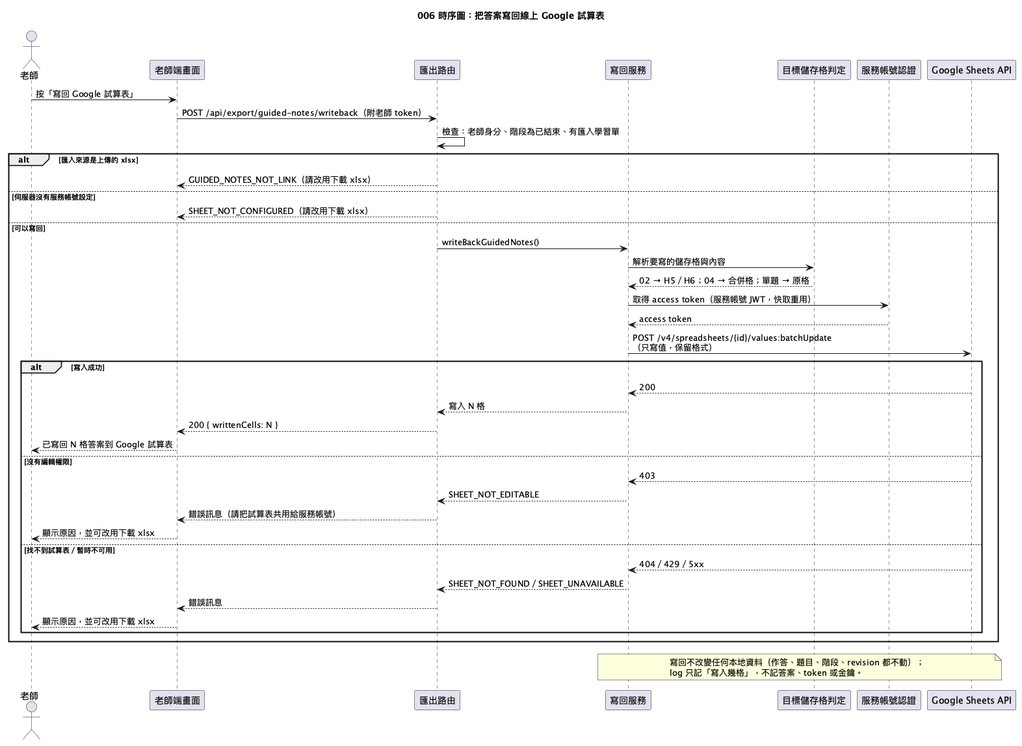
Danielweng0902/Answering-System_speckit keeps this PlantUML diagram as diagrams/006-guided-notes-writeback-seq-writeback.png. Above is the earlier version. Source of this version:
```plantuml
@startuml
!pragma layout smetana
title 006 時序圖：把答案寫回線上 Google 試算表

actor 老師
participant "老師端畫面" as T
participant "匯出路由" as R
participant "寫回服務" as S
participant "目標儲存格判定" as G
participant "服務帳號認證" as A
participant "Google Sheets API" as P

老師 -> T : 按「寫回 Google 試算表」
T -> R : POST /api/export/guided-notes/writeback（附老師 token）
R -> R : 檢查：老師身分、階段為已結束、有匯入學習單
alt 匯入來源是上傳的 xlsx
  R --> T : GUIDED_NOTES_NOT_LINK（請改用下載 xlsx）
else 伺服器沒有服務帳號設定
  R --> T : SHEET_NOT_CONFIGURED（請改用下載 xlsx）
else 可以寫回
  R -> S : writeBackGuidedNotes()
  S -> G : 解析要寫的儲存格與內容
  G --> S : 02 → H5／H6；04 → 合併格；單題 → 原格
  S -> A : 取得 access token（服務帳號 JWT，快取重用）
  A --> S : access token
  S -> P : POST /v4/spreadsheets/{id}/values:batchUpdate\n（只寫值，保留格式）
  alt 寫入成功
    P --> S : 200
    S --> R : 寫入 N 格
    R --> T : 200 { writtenCells: N }
    T --> 老師 : 已寫回 N 格答案到 Google 試算表
  else 沒有編輯權限
    P --> S : 403
    S --> R : SHEET_NOT_EDITABLE
    R --> T : 錯誤訊息（請把試算表共用給服務帳號）
    T --> 老師 : 顯示原因，並可改用下載 xlsx
  else 找不到試算表／暫時不可用
    P --> S : 404／429／5xx
    S --> R : SHEET_NOT_FOUND／SHEET_UNAVAILABLE
    R --> T : 錯誤訊息
    T --> 老師 : 顯示原因，並可改用下載 xlsx
  end
end

note over S, P : 寫回不改變任何本地資料（作答、題目、階段、revision 都不動）；\nlog 只記「寫入幾格」，不記答案、token 或金鑰。
@enduml
```
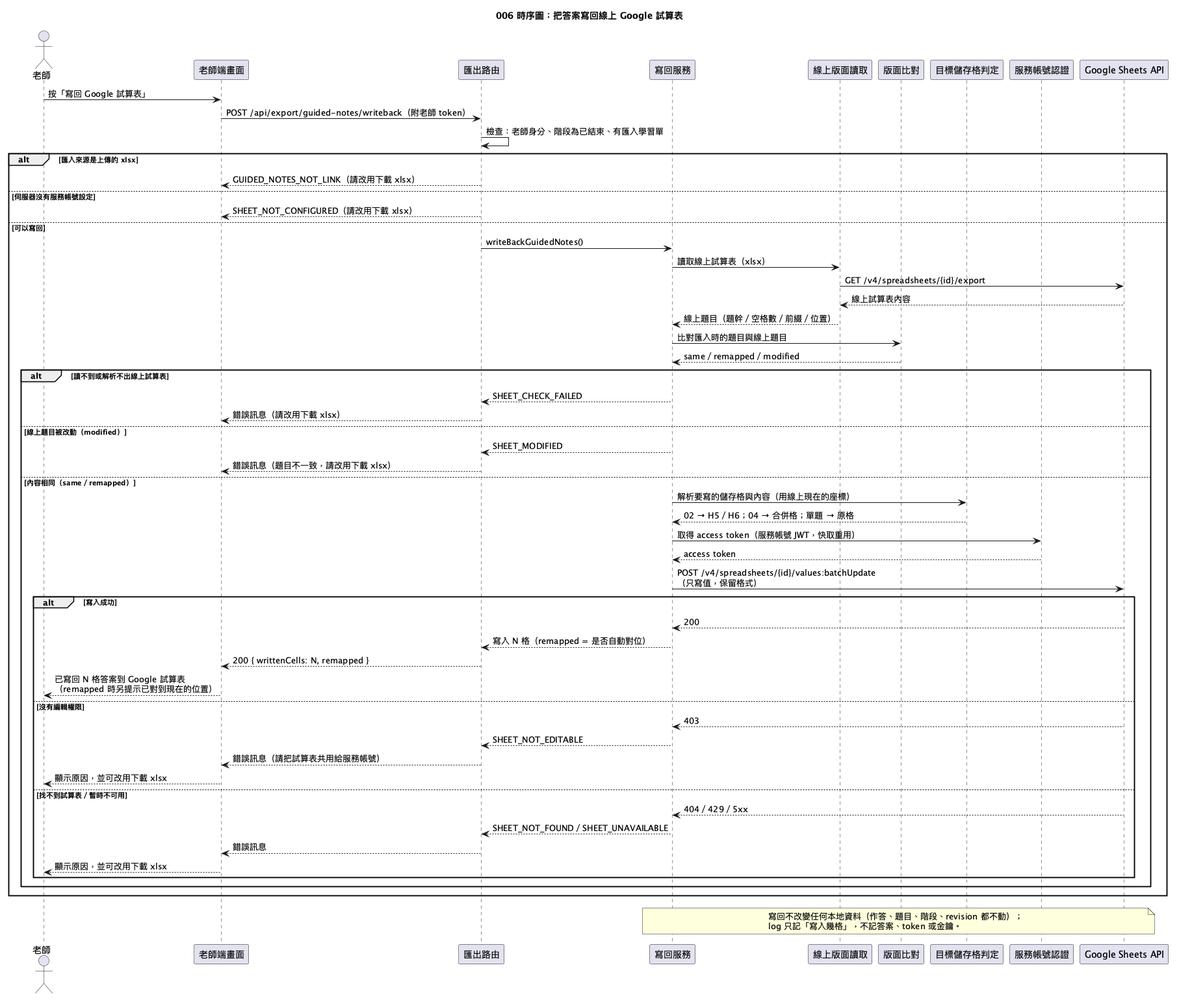
The same diagram one commit later.

Change to the diagram source:
```diff
@@ -6,6 +6,8 @@
 participant "老師端畫面" as T
 participant "匯出路由" as R
 participant "寫回服務" as S
+participant "線上版面讀取" as F
+participant "版面比對" as C
 participant "目標儲存格判定" as G
 participant "服務帳號認證" as A
 participant "Google Sheets API" as P
@@ -19,26 +21,40 @@
   R --> T : SHEET_NOT_CONFIGURED（請改用下載 xlsx）
 else 可以寫回
   R -> S : writeBackGuidedNotes()
-  S -> G : 解析要寫的儲存格與內容
-  G --> S : 02 → H5／H6；04 → 合併格；單題 → 原格
-  S -> A : 取得 access token（服務帳號 JWT，快取重用）
-  A --> S : access token
-  S -> P : POST /v4/spreadsheets/{id}/values:batchUpdate\n（只寫值，保留格式）
-  alt 寫入成功
-    P --> S : 200
-    S --> R : 寫入 N 格
-    R --> T : 200 { writtenCells: N }
-    T --> 老師 : 已寫回 N 格答案到 Google 試算表
-  else 沒有編輯權限
-    P --> S : 403
-    S --> R : SHEET_NOT_EDITABLE
-    R --> T : 錯誤訊息（請把試算表共用給服務帳號）
-    T --> 老師 : 顯示原因，並可改用下載 xlsx
-  else 找不到試算表／暫時不可用
-    P --> S : 404／429／5xx
-    S --> R : SHEET_NOT_FOUND／SHEET_UNAVAILABLE
-    R --> T : 錯誤訊息
-    T --> 老師 : 顯示原因，並可改用下載 xlsx
+  S -> F : 讀取線上試算表（xlsx）
+  F -> P : GET /v4/spreadsheets/{id}/export
+  P --> F : 線上試算表內容
+  F --> S : 線上題目（題幹／空格數／前綴／位置）
+  S -> C : 比對匯入時的題目與線上題目
+  C --> S : same／remapped／modified
+  alt 讀不到或解析不出線上試算表
+    S --> R : SHEET_CHECK_FAILED
+    R --> T : 錯誤訊息（請改用下載 xlsx）
+  else 線上題目被改動（modified）
+    S --> R : SHEET_MODIFIED
+    R --> T : 錯誤訊息（題目不一致，請改用下載 xlsx）
+  else 內容相同（same／remapped）
+    S -> G : 解析要寫的儲存格與內容（用線上現在的座標）
+    G --> S : 02 → H5／H6；04 → 合併格；單題 → 原格
+    S -> A : 取得 access token（服務帳號 JWT，快取重用）
+    A --> S : access token
+    S -> P : POST /v4/spreadsheets/{id}/values:batchUpdate\n（只寫值，保留格式）
+    alt 寫入成功
+      P --> S : 200
+      S --> R : 寫入 N 格（remapped = 是否自動對位）
+      R --> T : 200 { writtenCells: N, remapped }
+      T --> 老師 : 已寫回 N 格答案到 Google 試算表\n（remapped 時另提示已對到現在的位置）
+    else 沒有編輯權限
+      P --> S : 403
+      S --> R : SHEET_NOT_EDITABLE
+      R --> T : 錯誤訊息（請把試算表共用給服務帳號）
+      T --> 老師 : 顯示原因，並可改用下載 xlsx
+    else 找不到試算表／暫時不可用
+      P --> S : 404／429／5xx
+      S --> R : SHEET_NOT_FOUND／SHEET_UNAVAILABLE
+      R --> T : 錯誤訊息
+      T --> 老師 : 顯示原因，並可改用下載 xlsx
+    end
   end
 end
 
```
